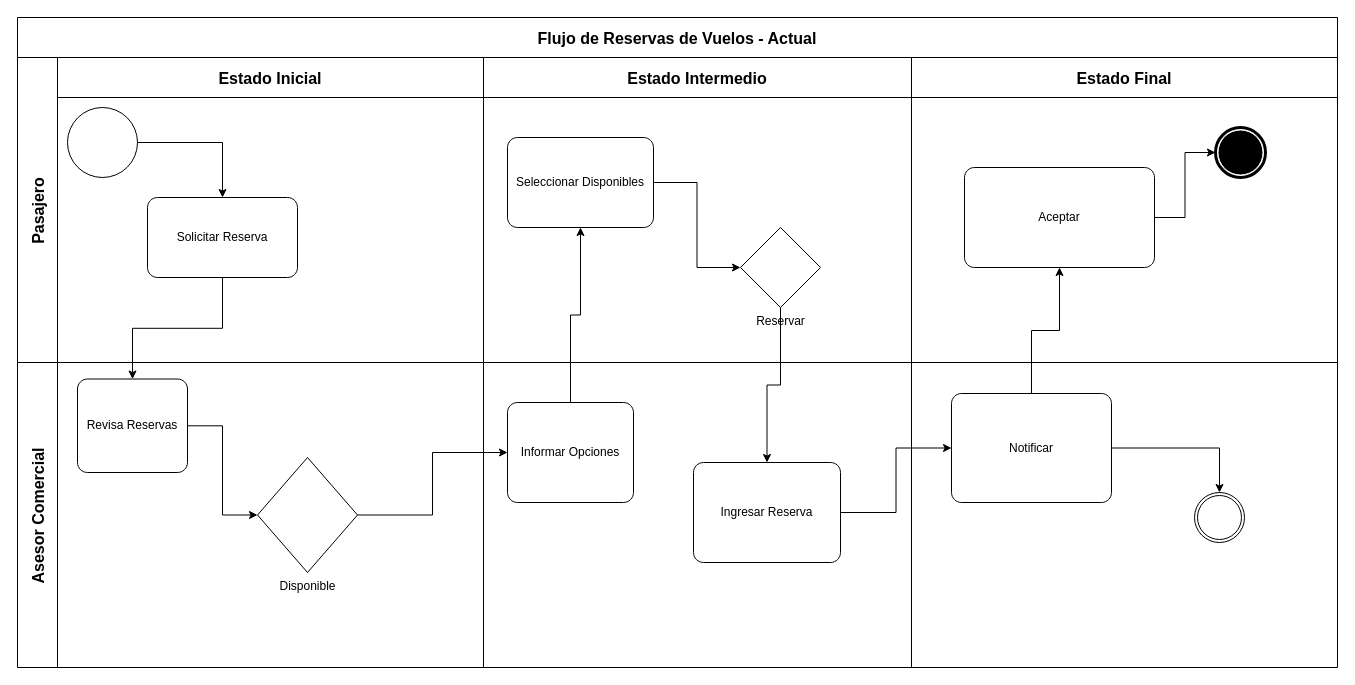
Above: page "modelo bpm actual" (1 of 6) of 1.Planear/VueloSecreto.drawio in LunaVelezCano/VueloSecreto (draw.io), before the change. Source tidied: cells renumbered, new cells numbered last; positions are measured from the earlier drawing's top-left corner, leaving out a move shared by most shapes. Both pictures are drawn from the tidied source at 100%, with x=0, y=0 at pixel (17, 17).
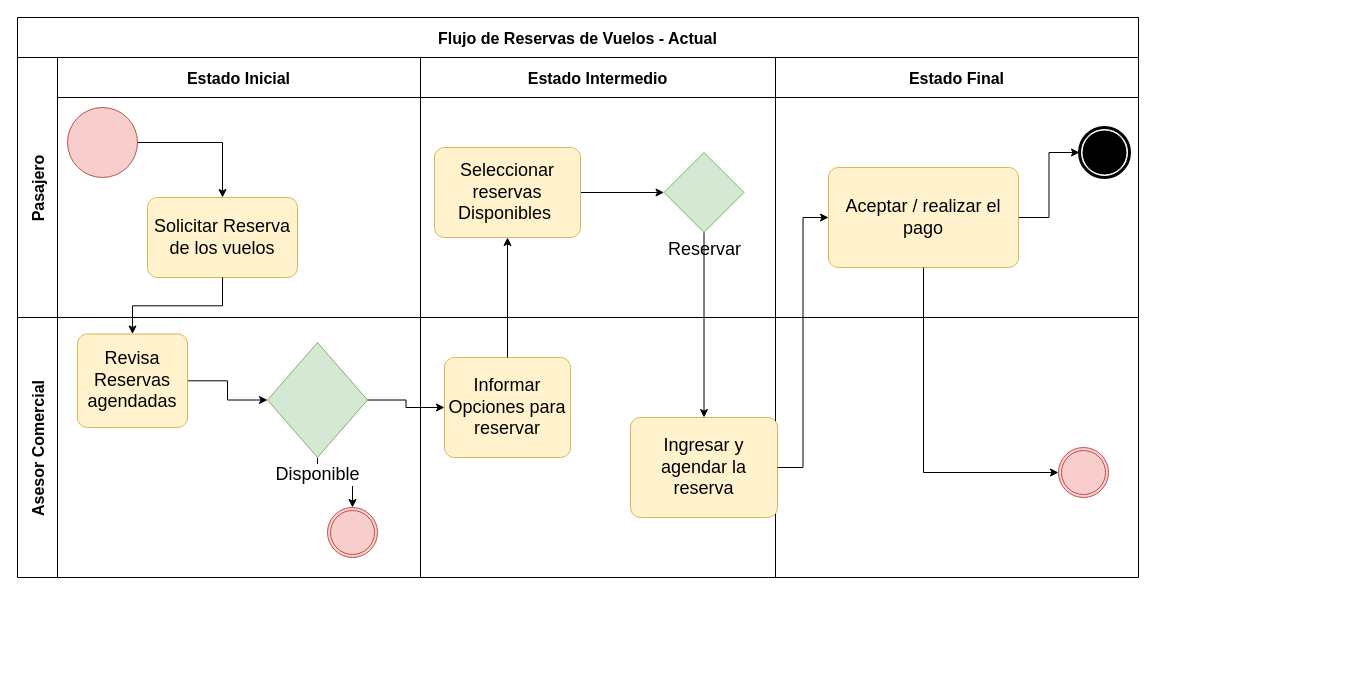
The same page after the edit.

Change to the diagram source:
```diff
@@
     <mxCell id="2" value="Flujo de Reservas de Vuelos - Actual" style="shape=table;childLayout=tableLayout;startSize=40;fontSize=16;fontStyle=1;" parent="1" vertex="1">
-      <mxGeometry width="1320" height="650" as="geometry" />
+      <mxGeometry width="1121" height="560" as="geometry" />
     </mxCell>
     <mxCell id="3" value="Pasajero" style="shape=tableRow;horizontal=0;swimlaneHead=0;swimlaneBody=0;top=0;left=0;strokeColor=inherit;bottom=0;right=0;fontStyle=1;fillColor=none;startSize=40;fontSize=16;" parent="2" vertex="1">
-      <mxGeometry y="40" width="1320" height="305" as="geometry" />
+      <mxGeometry y="40" width="1121" height="260" as="geometry" />
     </mxCell>
     <mxCell id="4" value="Estado Inicial" style="swimlane;swimlaneHead=0;swimlaneBody=0;fontStyle=1;strokeColor=inherit;fillColor=none;startSize=40;fontSize=16;" parent="3" vertex="1">
-      <mxGeometry x="40" width="426" height="305" as="geometry" />
+      <mxGeometry x="40" width="363" height="260" as="geometry" />
     </mxCell>
@@
-    <mxCell id="6" style="points=[[0.145,0.145,0],[0.5,0,0],[0.855,0.145,0],[1,0.5,0],[0.855,0.855,0],[0.5,1,0],[0.145,0.855,0],[0,0.5,0]];shape=mxgraph.bpmn.event;html=1;verticalLabelPosition=bottom;labelBackgroundColor=#ffffff;verticalAlign=top;align=center;perimeter=ellipsePerimeter;outlineConnect=0;outline=standard;symbol=general;" parent="4" vertex="1">
+    <mxCell id="6" style="points=[[0.145,0.145,0],[0.5,0,0],[0.855,0.145,0],[1,0.5,0],[0.855,0.855,0],[0.5,1,0],[0.145,0.855,0],[0,0.5,0]];shape=mxgraph.bpmn.event;html=1;verticalLabelPosition=bottom;labelBackgroundColor=#ffffff;verticalAlign=top;align=center;perimeter=ellipsePerimeter;outlineConnect=0;outline=standard;symbol=general;fillColor=#f8cecc;strokeColor=#b85450;" parent="4" vertex="1">
       <mxGeometry x="10" y="50" width="70" height="70" as="geometry" />
     </mxCell>
-    <mxCell id="7" value="Solicitar Reserva" style="points=[[0.25,0,0],[0.5,0,0],[0.75,0,0],[1,0.25,0],[1,0.5,0],[1,0.75,0],[0.75,1,0],[0.5,1,0],[0.25,1,0],[0,0.75,0],[0,0.5,0],[0,0.25,0]];shape=mxgraph.bpmn.task;whiteSpace=wrap;rectStyle=rounded;size=10;html=1;taskMarker=abstract;" parent="4" vertex="1">
+    <mxCell id="7" value="&lt;font style=&quot;font-size: 18px;&quot;&gt;Solicitar Reserva de los vuelos&lt;/font&gt;" style="points=[[0.25,0,0],[0.5,0,0],[0.75,0,0],[1,0.25,0],[1,0.5,0],[1,0.75,0],[0.75,1,0],[0.5,1,0],[0.25,1,0],[0,0.75,0],[0,0.5,0],[0,0.25,0]];shape=mxgraph.bpmn.task;whiteSpace=wrap;rectStyle=rounded;size=10;html=1;taskMarker=abstract;fillColor=#fff2cc;strokeColor=#d6b656;" parent="4" vertex="1">
       <mxGeometry x="90" y="140" width="150" height="80" as="geometry" />
     </mxCell>
     <mxCell id="8" value="Estado Intermedio" style="swimlane;swimlaneHead=0;swimlaneBody=0;fontStyle=1;strokeColor=inherit;fillColor=none;startSize=40;fontSize=16;" parent="3" vertex="1">
-      <mxGeometry x="466" width="428" height="305" as="geometry" />
+      <mxGeometry x="403" width="355" height="260" as="geometry" />
     </mxCell>
@@
-    <mxCell id="10" value="Seleccionar Disponibles" style="points=[[0.25,0,0],[0.5,0,0],[0.75,0,0],[1,0.25,0],[1,0.5,0],[1,0.75,0],[0.75,1,0],[0.5,1,0],[0.25,1,0],[0,0.75,0],[0,0.5,0],[0,0.25,0]];shape=mxgraph.bpmn.task;whiteSpace=wrap;rectStyle=rounded;size=10;html=1;taskMarker=abstract;" parent="8" vertex="1">
-      <mxGeometry x="24" y="80" width="146" height="90" as="geometry" />
+    <mxCell id="10" value="&lt;font style=&quot;font-size: 18px;&quot;&gt;Seleccionar reservas Disponibles&amp;nbsp;&lt;/font&gt;" style="points=[[0.25,0,0],[0.5,0,0],[0.75,0,0],[1,0.25,0],[1,0.5,0],[1,0.75,0],[0.75,1,0],[0.5,1,0],[0.25,1,0],[0,0.75,0],[0,0.5,0],[0,0.25,0]];shape=mxgraph.bpmn.task;whiteSpace=wrap;rectStyle=rounded;size=10;html=1;taskMarker=abstract;fillColor=#fff2cc;strokeColor=#d6b656;" parent="8" vertex="1">
+      <mxGeometry x="14" y="90" width="146" height="90" as="geometry" />
     </mxCell>
-    <mxCell id="11" value="Reservar" style="points=[[0.25,0.25,0],[0.5,0,0],[0.75,0.25,0],[1,0.5,0],[0.75,0.75,0],[0.5,1,0],[0.25,0.75,0],[0,0.5,0]];shape=mxgraph.bpmn.gateway2;html=1;verticalLabelPosition=bottom;labelBackgroundColor=#ffffff;verticalAlign=top;align=center;perimeter=rhombusPerimeter;outlineConnect=0;outline=none;symbol=none;" parent="8" vertex="1">
-      <mxGeometry x="257" y="170" width="80" height="80" as="geometry" />
+    <mxCell id="11" value="&lt;font style=&quot;font-size: 18px;&quot;&gt;Reservar&lt;/font&gt;" style="points=[[0.25,0.25,0],[0.5,0,0],[0.75,0.25,0],[1,0.5,0],[0.75,0.75,0],[0.5,1,0],[0.25,0.75,0],[0,0.5,0]];shape=mxgraph.bpmn.gateway2;html=1;verticalLabelPosition=bottom;labelBackgroundColor=#ffffff;verticalAlign=top;align=center;perimeter=rhombusPerimeter;outlineConnect=0;outline=none;symbol=none;fillColor=#d5e8d4;strokeColor=#82b366;" parent="8" vertex="1">
+      <mxGeometry x="243.5" y="95" width="80" height="80" as="geometry" />
     </mxCell>
     <mxCell id="12" value="Estado Final" style="swimlane;swimlaneHead=0;swimlaneBody=0;fontStyle=1;strokeColor=inherit;fillColor=none;startSize=40;fontSize=16;" parent="3" vertex="1">
-      <mxGeometry x="894" width="426" height="305" as="geometry" />
+      <mxGeometry x="758" width="363" height="260" as="geometry" />
     </mxCell>
@@
-    <mxCell id="14" value="Aceptar" style="points=[[0.25,0,0],[0.5,0,0],[0.75,0,0],[1,0.25,0],[1,0.5,0],[1,0.75,0],[0.75,1,0],[0.5,1,0],[0.25,1,0],[0,0.75,0],[0,0.5,0],[0,0.25,0]];shape=mxgraph.bpmn.task;whiteSpace=wrap;rectStyle=rounded;size=10;html=1;taskMarker=abstract;" parent="12" vertex="1">
+    <mxCell id="14" value="&lt;font style=&quot;font-size: 18px;&quot;&gt;Aceptar / realizar el pago&lt;/font&gt;" style="points=[[0.25,0,0],[0.5,0,0],[0.75,0,0],[1,0.25,0],[1,0.5,0],[1,0.75,0],[0.75,1,0],[0.5,1,0],[0.25,1,0],[0,0.75,0],[0,0.5,0],[0,0.25,0]];shape=mxgraph.bpmn.task;whiteSpace=wrap;rectStyle=rounded;size=10;html=1;taskMarker=abstract;fillColor=#fff2cc;strokeColor=#d6b656;" parent="12" vertex="1">
       <mxGeometry x="53" y="110" width="190" height="100" as="geometry" />
     </mxCell>
@@
     <mxCell id="16" value="Asesor Comercial" style="shape=tableRow;horizontal=0;swimlaneHead=0;swimlaneBody=0;top=0;left=0;strokeColor=inherit;bottom=0;right=0;fontStyle=1;fillColor=none;startSize=40;fontSize=16;" parent="2" vertex="1">
-      <mxGeometry y="345" width="1320" height="305" as="geometry" />
+      <mxGeometry y="300" width="1121" height="260" as="geometry" />
     </mxCell>
     <mxCell id="17" style="swimlane;swimlaneHead=0;swimlaneBody=0;fontStyle=1;strokeColor=inherit;fillColor=none;startSize=0;fontSize=16;" parent="16" vertex="1">
-      <mxGeometry x="40" width="426" height="305" as="geometry" />
+      <mxGeometry x="40" width="363" height="260" as="geometry" />
     </mxCell>
@@
-    <mxCell id="19" value="Revisa Reservas" style="points=[[0.25,0,0],[0.5,0,0],[0.75,0,0],[1,0.25,0],[1,0.5,0],[1,0.75,0],[0.75,1,0],[0.5,1,0],[0.25,1,0],[0,0.75,0],[0,0.5,0],[0,0.25,0]];shape=mxgraph.bpmn.task;whiteSpace=wrap;rectStyle=rounded;size=10;html=1;taskMarker=abstract;" parent="17" vertex="1">
+    <mxCell id="19" value="&lt;font style=&quot;font-size: 18px;&quot;&gt;Revisa Reservas agendadas&lt;/font&gt;" style="points=[[0.25,0,0],[0.5,0,0],[0.75,0,0],[1,0.25,0],[1,0.5,0],[1,0.75,0],[0.75,1,0],[0.5,1,0],[0.25,1,0],[0,0.75,0],[0,0.5,0],[0,0.25,0]];shape=mxgraph.bpmn.task;whiteSpace=wrap;rectStyle=rounded;size=10;html=1;taskMarker=abstract;fillColor=#fff2cc;strokeColor=#d6b656;" parent="17" vertex="1">
       <mxGeometry x="20" y="16.5" width="110" height="93.5" as="geometry" />
     </mxCell>
+    <mxCell id="34" style="edgeStyle=orthogonalEdgeStyle;rounded=0;jettySize=auto;html=1;exitX=0.5;exitY=1;exitDx=0;exitDy=0;exitPerimeter=0;" parent="17" edge="1" source="20" target="35">
+      <mxGeometry relative="1" as="geometry" />
+    </mxCell>
-    <mxCell id="20" value="Disponible" style="points=[[0.25,0.25,0],[0.5,0,0],[0.75,0.25,0],[1,0.5,0],[0.75,0.75,0],[0.5,1,0],[0.25,0.75,0],[0,0.5,0]];shape=mxgraph.bpmn.gateway2;html=1;verticalLabelPosition=bottom;labelBackgroundColor=#ffffff;verticalAlign=top;align=center;perimeter=rhombusPerimeter;outlineConnect=0;outline=none;symbol=none;" parent="17" vertex="1">
-      <mxGeometry x="200" y="95" width="100" height="115" as="geometry" />
+    <mxCell id="20" value="&lt;font style=&quot;font-size: 18px;&quot;&gt;Disponible&lt;/font&gt;" style="points=[[0.25,0.25,0],[0.5,0,0],[0.75,0.25,0],[1,0.5,0],[0.75,0.75,0],[0.5,1,0],[0.25,0.75,0],[0,0.5,0]];shape=mxgraph.bpmn.gateway2;html=1;verticalLabelPosition=bottom;labelBackgroundColor=#ffffff;verticalAlign=top;align=center;perimeter=rhombusPerimeter;outlineConnect=0;outline=none;symbol=none;fillColor=#d5e8d4;strokeColor=#82b366;" parent="17" vertex="1">
+      <mxGeometry x="210" y="25" width="100" height="115" as="geometry" />
     </mxCell>
+    <mxCell id="35" style="points=[[0.145,0.145,0],[0.5,0,0],[0.855,0.145,0],[1,0.5,0],[0.855,0.855,0],[0.5,1,0],[0.145,0.855,0],[0,0.5,0]];shape=mxgraph.bpmn.event;html=1;verticalLabelPosition=bottom;labelBackgroundColor=#ffffff;verticalAlign=top;align=center;perimeter=ellipsePerimeter;outlineConnect=0;outline=throwing;symbol=general;fillColor=#f8cecc;strokeColor=#b85450;" parent="17" vertex="1">
+      <mxGeometry x="270" y="190" width="50" height="50" as="geometry" />
+    </mxCell>
     <mxCell id="21" style="swimlane;swimlaneHead=0;swimlaneBody=0;fontStyle=1;strokeColor=inherit;fillColor=none;startSize=0;fontSize=16;" parent="16" vertex="1">
-      <mxGeometry x="466" width="428" height="305" as="geometry" />
+      <mxGeometry x="403" width="355" height="260" as="geometry" />
     </mxCell>
-    <mxCell id="22" value="Informar Opciones" style="points=[[0.25,0,0],[0.5,0,0],[0.75,0,0],[1,0.25,0],[1,0.5,0],[1,0.75,0],[0.75,1,0],[0.5,1,0],[0.25,1,0],[0,0.75,0],[0,0.5,0],[0,0.25,0]];shape=mxgraph.bpmn.task;whiteSpace=wrap;rectStyle=rounded;size=10;html=1;taskMarker=abstract;" parent="21" vertex="1">
+    <mxCell id="22" value="&lt;font style=&quot;font-size: 18px;&quot;&gt;Informar Opciones para reservar&lt;/font&gt;" style="points=[[0.25,0,0],[0.5,0,0],[0.75,0,0],[1,0.25,0],[1,0.5,0],[1,0.75,0],[0.75,1,0],[0.5,1,0],[0.25,1,0],[0,0.75,0],[0,0.5,0],[0,0.25,0]];shape=mxgraph.bpmn.task;whiteSpace=wrap;rectStyle=rounded;size=10;html=1;taskMarker=abstract;fillColor=#fff2cc;strokeColor=#d6b656;" parent="21" vertex="1">
       <mxGeometry x="24" y="40" width="126" height="100" as="geometry" />
     </mxCell>
-    <mxCell id="23" value="Ingresar Reserva" style="points=[[0.25,0,0],[0.5,0,0],[0.75,0,0],[1,0.25,0],[1,0.5,0],[1,0.75,0],[0.75,1,0],[0.5,1,0],[0.25,1,0],[0,0.75,0],[0,0.5,0],[0,0.25,0]];shape=mxgraph.bpmn.task;whiteSpace=wrap;rectStyle=rounded;size=10;html=1;taskMarker=abstract;" parent="21" vertex="1">
+    <mxCell id="23" value="&lt;font style=&quot;font-size: 18px;&quot;&gt;Ingresar y agendar la reserva&lt;/font&gt;" style="points=[[0.25,0,0],[0.5,0,0],[0.75,0,0],[1,0.25,0],[1,0.5,0],[1,0.75,0],[0.75,1,0],[0.5,1,0],[0.25,1,0],[0,0.75,0],[0,0.5,0],[0,0.25,0]];shape=mxgraph.bpmn.task;whiteSpace=wrap;rectStyle=rounded;size=10;html=1;taskMarker=abstract;fillColor=#fff2cc;strokeColor=#d6b656;" parent="21" vertex="1">
       <mxGeometry x="210" y="100" width="147" height="100" as="geometry" />
     </mxCell>
     <mxCell id="24" style="swimlane;swimlaneHead=0;swimlaneBody=0;fontStyle=1;strokeColor=inherit;fillColor=none;startSize=0;fontSize=16;" parent="16" vertex="1">
-      <mxGeometry x="894" width="426" height="305" as="geometry" />
+      <mxGeometry x="758" width="363" height="260" as="geometry" />
     </mxCell>
-    <mxCell id="25" value="Notificar" style="points=[[0.25,0,0],[0.5,0,0],[0.75,0,0],[1,0.25,0],[1,0.5,0],[1,0.75,0],[0.75,1,0],[0.5,1,0],[0.25,1,0],[0,0.75,0],[0,0.5,0],[0,0.25,0]];shape=mxgraph.bpmn.task;whiteSpace=wrap;rectStyle=rounded;size=10;html=1;taskMarker=abstract;" parent="24" vertex="1">
-      <mxGeometry x="40" y="31" width="160" height="109" as="geometry" />
-    </mxCell>
-    <mxCell id="26" style="points=[[0.145,0.145,0],[0.5,0,0],[0.855,0.145,0],[1,0.5,0],[0.855,0.855,0],[0.5,1,0],[0.145,0.855,0],[0,0.5,0]];shape=mxgraph.bpmn.event;html=1;verticalLabelPosition=bottom;labelBackgroundColor=#ffffff;verticalAlign=top;align=center;perimeter=ellipsePerimeter;outlineConnect=0;outline=throwing;symbol=general;" parent="24" vertex="1">
+    <mxCell id="26" style="points=[[0.145,0.145,0],[0.5,0,0],[0.855,0.145,0],[1,0.5,0],[0.855,0.855,0],[0.5,1,0],[0.145,0.855,0],[0,0.5,0]];shape=mxgraph.bpmn.event;html=1;verticalLabelPosition=bottom;labelBackgroundColor=#ffffff;verticalAlign=top;align=center;perimeter=ellipsePerimeter;outlineConnect=0;outline=throwing;symbol=general;fillColor=#f8cecc;strokeColor=#b85450;" parent="24" vertex="1">
       <mxGeometry x="283" y="130" width="50" height="50" as="geometry" />
     </mxCell>
-    <mxCell id="27" style="edgeStyle=orthogonalEdgeStyle;rounded=0;jettySize=auto;html=1;entryX=0.5;entryY=0;entryDx=0;entryDy=0;entryPerimeter=0;" parent="24" edge="1" source="25" target="26">
-      <mxGeometry relative="1" as="geometry" />
-    </mxCell>
@@
-    <mxCell id="29" style="edgeStyle=orthogonalEdgeStyle;rounded=0;jettySize=auto;html=1;" parent="16" edge="1" source="23" target="25">
-      <mxGeometry relative="1" as="geometry" />
-    </mxCell>
@@
-    <mxCell id="33" style="edgeStyle=orthogonalEdgeStyle;rounded=0;jettySize=auto;html=1;entryX=0.5;entryY=1;entryDx=0;entryDy=0;entryPerimeter=0;" parent="2" edge="1" source="25" target="14">
-      <mxGeometry relative="1" as="geometry" />
-    </mxCell>
+    <mxCell id="36" style="edgeStyle=orthogonalEdgeStyle;rounded=0;jettySize=auto;html=1;entryX=0;entryY=0.5;entryDx=0;entryDy=0;entryPerimeter=0;" parent="2" edge="1" source="23" target="14">
+      <mxGeometry relative="1" as="geometry" />
+    </mxCell>
+    <mxCell id="37" style="edgeStyle=orthogonalEdgeStyle;rounded=0;jettySize=auto;html=1;entryX=0;entryY=0.5;entryDx=0;entryDy=0;entryPerimeter=0;exitX=0.5;exitY=1;exitDx=0;exitDy=0;exitPerimeter=0;" parent="2" edge="1" source="14" target="26">
+      <mxGeometry relative="1" as="geometry" />
+    </mxCell>
```
